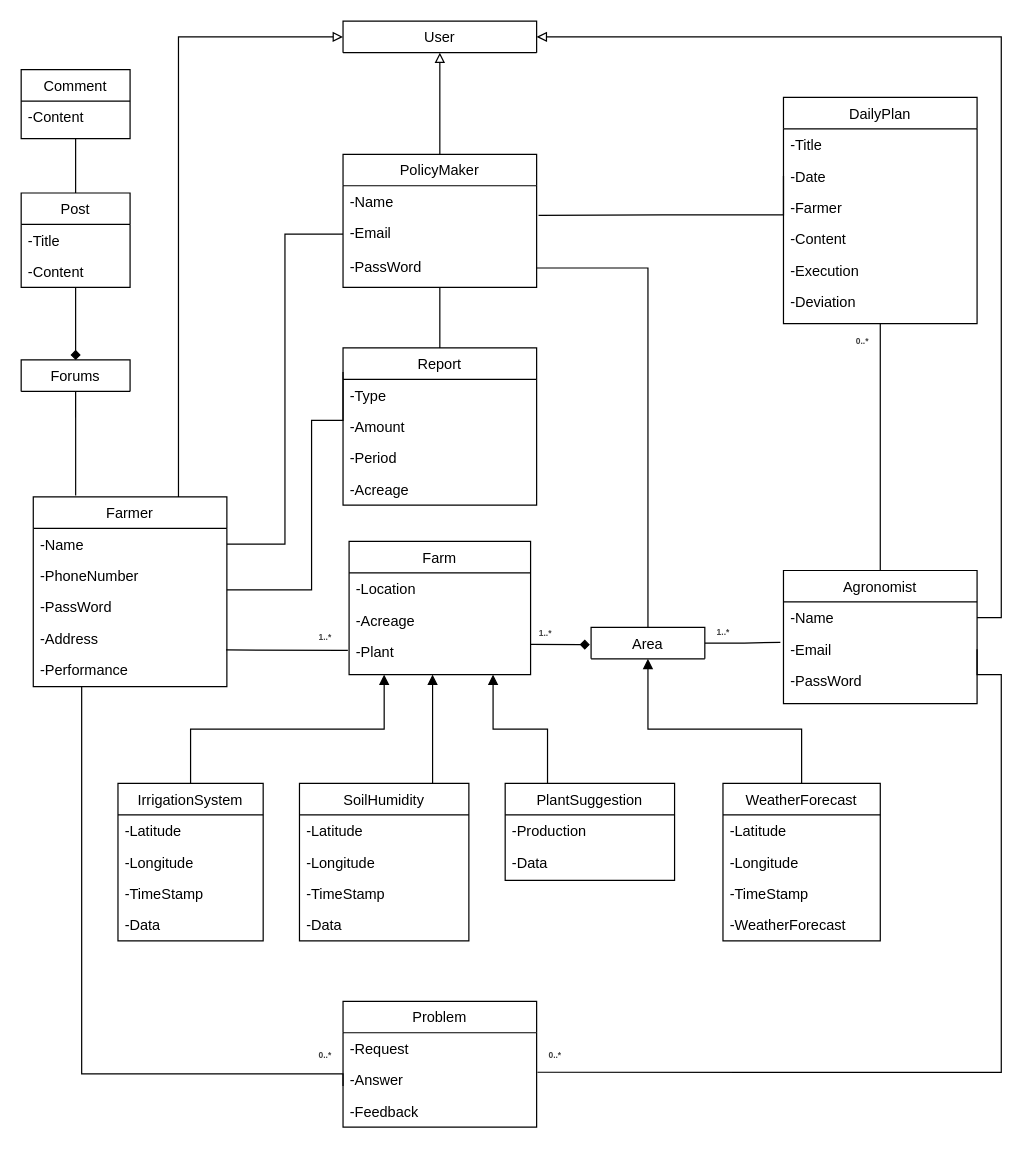
The draw.io diagram RASD/diagrams/Class diagram.drawio in ictar/DREAM-SE2-Project-2022, before the edit. Source tidied: cells renumbered, new cells numbered last; positions are measured from the earlier drawing's top-left corner, leaving out a move shared by most shapes. Both pictures are drawn from the tidied source at 121%, with x=0, y=0 at pixel (21, 21).
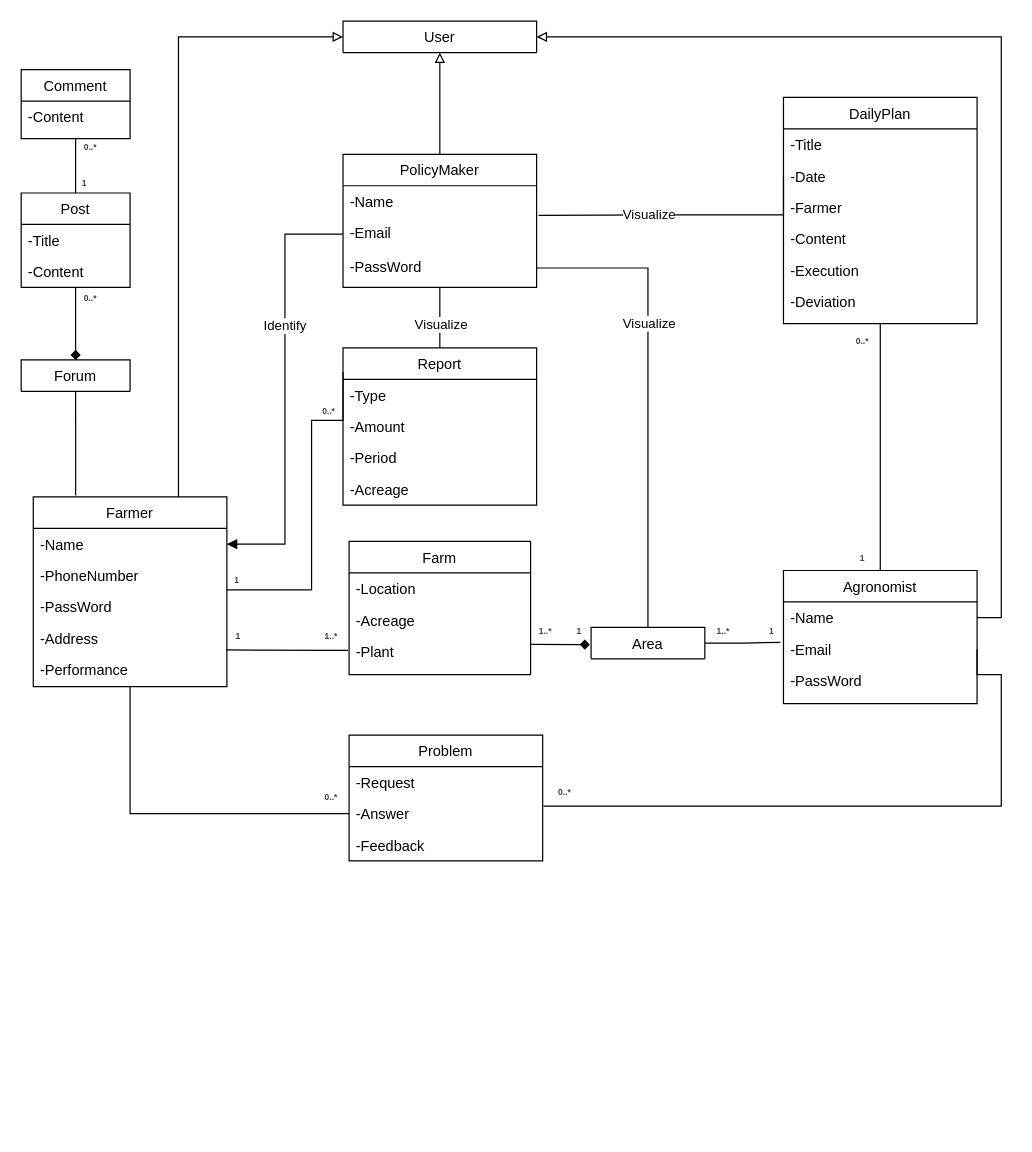
The same page after the edit.

Commit message:
Update class diagram

Unchanged cells that the change refers to:
```xml
<mxCell id="8" value="Farmer" style="swimlane;fontStyle=0;align=center;verticalAlign=top;horizontal=1;startSize=26;rounded=0;shadow=0;strokeWidth=1;" parent="1" vertex="1">
  <mxGeometry x="10" y="393.2" width="160" height="156.8" as="geometry" />
</mxCell>
<mxCell id="9" value="-Name" style="text;align=left;verticalAlign=top;spacingLeft=4;spacingRight=4;overflow=hidden;points=[[0,0.5],[1,0.5]];portConstraint=eastwest;" parent="8" vertex="1">
  <mxGeometry y="26" width="160" height="26" as="geometry" />
</mxCell>
<mxCell id="14" value="-Email" style="text;align=left;verticalAlign=top;spacingLeft=4;spacingRight=4;overflow=hidden;points=[[0,0.5],[1,0.5]];portConstraint=eastwest;" parent="12" vertex="1">
  <mxGeometry y="52" width="160" height="26" as="geometry" />
</mxCell>
<mxCell id="20" value="-Email" style="text;align=left;verticalAlign=top;spacingLeft=4;spacingRight=4;overflow=hidden;points=[[0,0.5],[1,0.5]];portConstraint=eastwest;" parent="18" vertex="1">
  <mxGeometry y="52" width="160" height="28" as="geometry" />
</mxCell>
<mxCell id="29" value="-Answer" style="text;align=left;verticalAlign=top;spacingLeft=4;spacingRight=4;overflow=hidden;points=[[0,0.5],[1,0.5]];portConstraint=eastwest;rounded=0;shadow=0;html=0;" parent="27" vertex="1">
  <mxGeometry y="52" width="160" height="26" as="geometry" />
</mxCell>
<mxCell id="84" value="Area" style="swimlane;fontStyle=0;align=center;verticalAlign=top;horizontal=1;startSize=26;rounded=0;shadow=0;strokeWidth=1;" parent="1" vertex="1" collapsed="1">
  <mxGeometry x="471" y="501" width="94" height="26" as="geometry" />
</mxCell>
<mxCell id="87" style="edgeStyle=orthogonalEdgeStyle;rounded=0;jettySize=auto;html=1;exitX=1;exitY=0.5;exitDx=0;exitDy=0;endArrow=none;endFill=0;" parent="1" edge="1" source="21" target="84">
  <mxGeometry relative="1" as="geometry" />
</mxCell>
```

Change to the diagram source:
```diff
@@
+    <mxCell id="90" style="edgeStyle=orthogonalEdgeStyle;rounded=0;jettySize=auto;html=1;exitX=0.5;exitY=1;exitDx=0;exitDy=0;entryX=0;entryY=0.5;entryDx=0;entryDy=0;endArrow=none;endFill=0;" parent="1" edge="1" source="8" target="29">
+      <mxGeometry relative="1" as="geometry" />
+    </mxCell>
@@
     <mxCell id="27" value="Problem" style="swimlane;fontStyle=0;align=center;verticalAlign=top;horizontal=1;startSize=26;rounded=0;shadow=0;strokeWidth=1;" parent="1" vertex="1">
-      <mxGeometry x="266" y="810" width="160" height="104" as="geometry" />
+      <mxGeometry x="271" y="590" width="160" height="104" as="geometry" />
     </mxCell>
@@
-    <mxCell id="32" value="Forums" style="swimlane;fontStyle=0;align=center;verticalAlign=top;horizontal=1;startSize=26;rounded=0;shadow=0;strokeWidth=1;" parent="1" vertex="1" collapsed="1">
+    <mxCell id="32" value="Forum" style="swimlane;fontStyle=0;align=center;verticalAlign=top;horizontal=1;startSize=26;rounded=0;shadow=0;strokeWidth=1;" parent="1" vertex="1" collapsed="1">
       <mxGeometry y="280" width="90" height="26" as="geometry" />
     </mxCell>
@@
-    <mxCell id="45" style="edgeStyle=orthogonalEdgeStyle;rounded=0;jettySize=auto;html=1;exitX=0.5;exitY=0;exitDx=0;exitDy=0;entryX=0.5;entryY=1;entryDx=0;entryDy=0;endArrow=block;endFill=1;" parent="1" edge="1" target="84">
-      <mxGeometry relative="1" as="geometry">
-        <mxPoint x="645" y="636" as="sourcePoint" />
-        <Array as="points">
-          <mxPoint x="645" y="585" />
-          <mxPoint x="518" y="585" />
-        </Array>
-      </mxGeometry>
-    </mxCell>
-    <mxCell id="46" value="WeatherForecast" style="swimlane;fontStyle=0;align=center;verticalAlign=top;horizontal=1;startSize=26;rounded=0;shadow=0;strokeWidth=1;" parent="1" vertex="1">
-      <mxGeometry x="580" y="630" width="130" height="130" as="geometry" />
-    </mxCell>
-    <mxCell id="47" value="-Latitude" style="text;align=left;verticalAlign=top;spacingLeft=4;spacingRight=4;overflow=hidden;" parent="46" vertex="1">
-      <mxGeometry y="26" width="130" height="26" as="geometry" />
-    </mxCell>
-    <mxCell id="48" value="-Longitude" style="text;align=left;verticalAlign=top;spacingLeft=4;spacingRight=4;overflow=hidden;rounded=0;shadow=0;html=0;" parent="46" vertex="1">
-      <mxGeometry y="52" width="130" height="26" as="geometry" />
-    </mxCell>
-    <mxCell id="49" value="-TimeStamp" style="text;align=left;verticalAlign=top;spacingLeft=4;spacingRight=4;overflow=hidden;fontStyle=0;" parent="46" vertex="1">
-      <mxGeometry y="78" width="130" height="26" as="geometry" />
-    </mxCell>
-    <mxCell id="50" value="-WeatherForecast" style="text;align=left;verticalAlign=top;spacingLeft=4;spacingRight=4;overflow=hidden;fontStyle=0;" parent="46" vertex="1">
-      <mxGeometry y="104" width="130" height="26" as="geometry" />
-    </mxCell>
-    <mxCell id="51" style="edgeStyle=orthogonalEdgeStyle;rounded=0;jettySize=auto;html=1;exitX=0.5;exitY=0;exitDx=0;exitDy=0;endArrow=block;endFill=1;" parent="1" edge="1" source="52">
-      <mxGeometry relative="1" as="geometry">
-        <mxPoint x="300" y="540" as="targetPoint" />
-        <Array as="points">
-          <mxPoint x="140" y="585" />
-          <mxPoint x="300" y="585" />
-          <mxPoint x="300" y="540" />
-        </Array>
-      </mxGeometry>
-    </mxCell>
-    <mxCell id="52" value="IrrigationSystem" style="swimlane;fontStyle=0;align=center;verticalAlign=top;horizontal=1;startSize=26;rounded=0;shadow=0;strokeWidth=1;" parent="1" vertex="1">
-      <mxGeometry x="80" y="630" width="120" height="130" as="geometry" />
-    </mxCell>
-    <mxCell id="53" value="-Latitude" style="text;align=left;verticalAlign=top;spacingLeft=4;spacingRight=4;overflow=hidden;" parent="52" vertex="1">
-      <mxGeometry y="26" width="120" height="26" as="geometry" />
-    </mxCell>
-    <mxCell id="54" value="-Longitude" style="text;align=left;verticalAlign=top;spacingLeft=4;spacingRight=4;overflow=hidden;rounded=0;shadow=0;html=0;" parent="52" vertex="1">
-      <mxGeometry y="52" width="120" height="26" as="geometry" />
-    </mxCell>
-    <mxCell id="55" value="-TimeStamp" style="text;align=left;verticalAlign=top;spacingLeft=4;spacingRight=4;overflow=hidden;rounded=0;shadow=0;html=0;" parent="52" vertex="1">
-      <mxGeometry y="78" width="120" height="26" as="geometry" />
-    </mxCell>
-    <mxCell id="56" value="-Data" style="text;align=left;verticalAlign=top;spacingLeft=4;spacingRight=4;overflow=hidden;fontStyle=0;" parent="52" vertex="1">
-      <mxGeometry y="104" width="120" height="26" as="geometry" />
-    </mxCell>
-    <mxCell id="57" style="edgeStyle=orthogonalEdgeStyle;rounded=0;orthogonalLoop=1;jettySize=auto;html=1;exitX=0.75;exitY=0;exitDx=0;exitDy=0;endArrow=block;endFill=1;" parent="1" edge="1">
-      <mxGeometry relative="1" as="geometry">
-        <mxPoint x="340" y="630" as="sourcePoint" />
-        <mxPoint x="340" y="540" as="targetPoint" />
-      </mxGeometry>
-    </mxCell>
-    <mxCell id="58" value="SoilHumidity" style="swimlane;fontStyle=0;align=center;verticalAlign=top;horizontal=1;startSize=26;rounded=0;shadow=0;strokeWidth=1;" parent="1" vertex="1">
-      <mxGeometry x="230" y="630" width="140" height="130" as="geometry" />
-    </mxCell>
-    <mxCell id="59" value="-Latitude" style="text;align=left;verticalAlign=top;spacingLeft=4;spacingRight=4;overflow=hidden;" parent="58" vertex="1">
-      <mxGeometry y="26" width="140" height="26" as="geometry" />
-    </mxCell>
-    <mxCell id="60" value="-Longitude" style="text;align=left;verticalAlign=top;spacingLeft=4;spacingRight=4;overflow=hidden;rounded=0;shadow=0;html=0;" parent="58" vertex="1">
-      <mxGeometry y="52" width="140" height="26" as="geometry" />
-    </mxCell>
-    <mxCell id="61" value="-TimeStamp" style="text;align=left;verticalAlign=top;spacingLeft=4;spacingRight=4;overflow=hidden;rounded=0;shadow=0;html=0;" parent="58" vertex="1">
-      <mxGeometry y="78" width="140" height="26" as="geometry" />
-    </mxCell>
-    <mxCell id="62" value="-Data" style="text;align=left;verticalAlign=top;spacingLeft=4;spacingRight=4;overflow=hidden;fontStyle=0;" parent="58" vertex="1">
-      <mxGeometry y="104" width="140" height="26" as="geometry" />
-    </mxCell>
@@
     <mxCell id="64" value="&lt;span style=&quot;color: rgb(63 , 63 , 63) ; font-size: 7px ; background-color: rgb(255 , 255 , 255)&quot;&gt;&lt;b&gt;1..*&lt;/b&gt;&lt;/span&gt;" style="text;html=1;align=center;verticalAlign=middle;strokeColor=none;fillColor=none;fontSize=7;" parent="1" vertex="1">
-      <mxGeometry x="236" y="505" width="30" height="10" as="geometry" />
+      <mxGeometry x="241" y="504" width="30" height="10" as="geometry" />
     </mxCell>
@@
-    <mxCell id="66" style="edgeStyle=orthogonalEdgeStyle;rounded=0;orthogonalLoop=1;jettySize=auto;html=1;fontSize=7;endArrow=none;endFill=0;" parent="1" edge="1">
-      <mxGeometry relative="1" as="geometry">
-        <mxPoint x="266" y="880" as="sourcePoint" />
-        <mxPoint x="50" y="550" as="targetPoint" />
-        <Array as="points">
-          <mxPoint x="266" y="870" />
-          <mxPoint x="50" y="870" />
-        </Array>
-      </mxGeometry>
-    </mxCell>
     <mxCell id="67" value="&lt;span style=&quot;color: rgb(63 , 63 , 63) ; font-size: 7px ; background-color: rgb(255 , 255 , 255)&quot;&gt;&lt;b&gt;0..*&lt;/b&gt;&lt;/span&gt;" style="text;html=1;align=center;verticalAlign=middle;strokeColor=none;fillColor=none;fontSize=7;" parent="1" vertex="1">
-      <mxGeometry x="236" y="850" width="30" height="10" as="geometry" />
+      <mxGeometry x="241" y="637" width="30" height="10" as="geometry" />
     </mxCell>
     <mxCell id="68" value="&lt;span style=&quot;color: rgb(63 , 63 , 63) ; font-size: 7px ; background-color: rgb(255 , 255 , 255)&quot;&gt;&lt;b&gt;0..*&lt;/b&gt;&lt;/span&gt;" style="text;html=1;align=center;verticalAlign=middle;strokeColor=none;fillColor=none;fontSize=7;" parent="1" vertex="1">
-      <mxGeometry x="426" y="850" width="30" height="10" as="geometry" />
+      <mxGeometry x="434" y="633" width="30" height="10" as="geometry" />
     </mxCell>
@@
-    <mxCell id="70" style="edgeStyle=orthogonalEdgeStyle;rounded=0;jettySize=auto;html=1;exitX=0.25;exitY=0;exitDx=0;exitDy=0;endArrow=block;endFill=1;" parent="1" edge="1" source="71">
-      <mxGeometry relative="1" as="geometry">
-        <mxPoint x="390" y="540" as="targetPoint" />
-        <Array as="points">
-          <mxPoint x="435" y="585" />
-          <mxPoint x="390" y="585" />
-          <mxPoint x="390" y="540" />
-        </Array>
-      </mxGeometry>
-    </mxCell>
-    <mxCell id="71" value="PlantSuggestion" style="swimlane;fontStyle=0;align=center;verticalAlign=top;horizontal=1;startSize=26;rounded=0;shadow=0;strokeWidth=1;" parent="1" vertex="1">
-      <mxGeometry x="400" y="630" width="140" height="80" as="geometry" />
-    </mxCell>
-    <mxCell id="72" value="-Production" style="text;align=left;verticalAlign=top;spacingLeft=4;spacingRight=4;overflow=hidden;fontStyle=0;" parent="71" vertex="1">
-      <mxGeometry y="26" width="140" height="26" as="geometry" />
-    </mxCell>
-    <mxCell id="73" value="-Data" style="text;align=left;verticalAlign=top;spacingLeft=4;spacingRight=4;overflow=hidden;fontStyle=0;" parent="71" vertex="1">
-      <mxGeometry y="52" width="140" height="26" as="geometry" />
-    </mxCell>
     <mxCell id="74" value="&lt;span style=&quot;color: rgb(63 , 63 , 63) ; font-size: 7px ; background-color: rgb(255 , 255 , 255)&quot;&gt;&lt;b&gt;1..*&lt;/b&gt;&lt;/span&gt;" style="text;html=1;align=center;verticalAlign=middle;strokeColor=none;fillColor=none;fontSize=7;" parent="1" vertex="1">
-      <mxGeometry x="418" y="502" width="30" height="10" as="geometry" />
+      <mxGeometry x="418" y="500" width="30" height="10" as="geometry" />
     </mxCell>
@@
-    <mxCell id="82" style="edgeStyle=orthogonalEdgeStyle;rounded=0;jettySize=auto;html=1;exitX=1;exitY=0.5;exitDx=0;exitDy=0;entryX=0;entryY=0.5;entryDx=0;entryDy=0;fontSize=7;endArrow=none;endFill=0;" parent="1" edge="1" source="9" target="20">
+    <mxCell id="82" style="edgeStyle=orthogonalEdgeStyle;rounded=0;jettySize=auto;html=1;exitX=1;exitY=0.5;exitDx=0;exitDy=0;entryX=0;entryY=0.5;entryDx=0;entryDy=0;fontSize=7;endArrow=none;endFill=0;startArrow=block;startFill=1;" parent="1" edge="1" source="9" target="20">
       <mxGeometry relative="1" as="geometry" />
     </mxCell>
+    <mxCell id="91" value="Identify" style="edgeLabel;html=1;align=center;verticalAlign=middle;" parent="82" vertex="1">
+      <mxGeometry x="0.33" y="1" relative="1" as="geometry">
+        <mxPoint y="5" as="offset" />
+      </mxGeometry>
+    </mxCell>
@@
     <mxCell id="86" value="&lt;span style=&quot;color: rgb(63 , 63 , 63) ; font-size: 7px ; background-color: rgb(255 , 255 , 255)&quot;&gt;&lt;b&gt;1..*&lt;/b&gt;&lt;/span&gt;" style="text;html=1;align=center;verticalAlign=middle;strokeColor=none;fillColor=none;fontSize=7;" parent="1" vertex="1">
-      <mxGeometry x="565" y="501" width="30" height="10" as="geometry" />
+      <mxGeometry x="565" y="500" width="30" height="10" as="geometry" />
     </mxCell>
@@
+    <mxCell id="92" value="Visualize" style="edgeLabel;html=1;align=center;verticalAlign=middle;" parent="87" vertex="1">
+      <mxGeometry x="0.08" y="-2" relative="1" as="geometry">
+        <mxPoint x="2" y="-73" as="offset" />
+      </mxGeometry>
+    </mxCell>
     <mxCell id="88" style="edgeStyle=orthogonalEdgeStyle;rounded=0;jettySize=auto;html=1;exitX=1;exitY=0.5;exitDx=0;exitDy=0;entryX=1.004;entryY=0.256;entryDx=0;entryDy=0;entryPerimeter=0;endArrow=none;endFill=0;" parent="1" edge="1" source="14" target="29">
       <mxGeometry relative="1" as="geometry">
         <Array as="points">
           <mxPoint x="790" y="540" />
           <mxPoint x="810" y="540" />
-          <mxPoint x="810" y="869" />
+          <mxPoint x="810" y="649" />
         </Array>
       </mxGeometry>
     </mxCell>
@@
+    <mxCell id="93" value="&lt;span style=&quot;color: rgb(63 , 63 , 63) ; font-size: 7px ; background-color: rgb(255 , 255 , 255)&quot;&gt;&lt;b&gt;1&lt;/b&gt;&lt;/span&gt;" style="text;html=1;align=center;verticalAlign=middle;strokeColor=none;fillColor=none;fontSize=7;" parent="1" vertex="1">
+      <mxGeometry x="610" y="500" width="20" height="10" as="geometry" />
+    </mxCell>
+    <mxCell id="94" value="&lt;span style=&quot;color: rgb(63 , 63 , 63) ; font-size: 7px ; background-color: rgb(255 , 255 , 255)&quot;&gt;&lt;b&gt;1&lt;br&gt;&lt;/b&gt;&lt;/span&gt;" style="text;html=1;align=center;verticalAlign=middle;strokeColor=none;fillColor=none;fontSize=7;" parent="1" vertex="1">
+      <mxGeometry x="451" y="500.2" width="20" height="10" as="geometry" />
+    </mxCell>
+    <mxCell id="95" value="&lt;span style=&quot;color: rgb(63 , 63 , 63) ; font-size: 7px ; background-color: rgb(255 , 255 , 255)&quot;&gt;&lt;b&gt;1&lt;/b&gt;&lt;/span&gt;" style="text;html=1;align=center;verticalAlign=middle;strokeColor=none;fillColor=none;fontSize=7;" parent="1" vertex="1">
+      <mxGeometry x="169" y="504" width="20" height="10" as="geometry" />
+    </mxCell>
+    <mxCell id="96" value="Visualize" style="edgeLabel;html=1;align=center;verticalAlign=middle;" parent="1" vertex="1">
+      <mxGeometry x="518" y="159.5" as="geometry" />
+    </mxCell>
+    <mxCell id="97" value="Visualize" style="edgeLabel;html=1;align=center;verticalAlign=middle;" parent="1" vertex="1">
+      <mxGeometry x="346" y="250" as="geometry" />
+    </mxCell>
+    <mxCell id="98" value="&lt;span style=&quot;color: rgb(63 , 63 , 63) ; font-size: 7px ; background-color: rgb(255 , 255 , 255)&quot;&gt;&lt;b&gt;0..*&lt;/b&gt;&lt;/span&gt;" style="text;html=1;align=center;verticalAlign=middle;strokeColor=none;fillColor=none;fontSize=7;" parent="1" vertex="1">
+      <mxGeometry x="42" y="225" width="30" height="10" as="geometry" />
+    </mxCell>
+    <mxCell id="99" value="&lt;span style=&quot;color: rgb(63 , 63 , 63) ; font-size: 7px ; background-color: rgb(255 , 255 , 255)&quot;&gt;&lt;b&gt;0..*&lt;/b&gt;&lt;/span&gt;" style="text;html=1;align=center;verticalAlign=middle;strokeColor=none;fillColor=none;fontSize=7;" parent="1" vertex="1">
+      <mxGeometry x="42" y="100" width="30" height="10" as="geometry" />
+    </mxCell>
+    <mxCell id="100" value="&lt;span style=&quot;color: rgb(63 , 63 , 63) ; font-size: 7px ; background-color: rgb(255 , 255 , 255)&quot;&gt;&lt;b&gt;1&lt;/b&gt;&lt;/span&gt;" style="text;html=1;align=center;verticalAlign=middle;strokeColor=none;fillColor=none;fontSize=7;" parent="1" vertex="1">
+      <mxGeometry x="42" y="130" width="20" height="10" as="geometry" />
+    </mxCell>
+    <mxCell id="101" value="&lt;span style=&quot;color: rgb(63 , 63 , 63) ; font-size: 7px ; background-color: rgb(255 , 255 , 255)&quot;&gt;&lt;b&gt;1&lt;/b&gt;&lt;/span&gt;" style="text;html=1;align=center;verticalAlign=middle;strokeColor=none;fillColor=none;fontSize=7;" parent="1" vertex="1">
+      <mxGeometry x="685" y="440" width="20" height="10" as="geometry" />
+    </mxCell>
+    <mxCell id="102" value="&lt;span style=&quot;color: rgb(63 , 63 , 63) ; font-size: 7px ; background-color: rgb(255 , 255 , 255)&quot;&gt;&lt;b&gt;0..*&lt;/b&gt;&lt;/span&gt;" style="text;html=1;align=center;verticalAlign=middle;strokeColor=none;fillColor=none;fontSize=7;" parent="1" vertex="1">
+      <mxGeometry x="239" y="318" width="30" height="10" as="geometry" />
+    </mxCell>
+    <mxCell id="103" value="&lt;span style=&quot;color: rgb(63 , 63 , 63) ; font-size: 7px ; background-color: rgb(255 , 255 , 255)&quot;&gt;&lt;b&gt;1&lt;/b&gt;&lt;/span&gt;" style="text;html=1;align=center;verticalAlign=middle;strokeColor=none;fillColor=none;fontSize=7;" parent="1" vertex="1">
+      <mxGeometry x="168" y="458" width="20" height="10" as="geometry" />
+    </mxCell>
```
